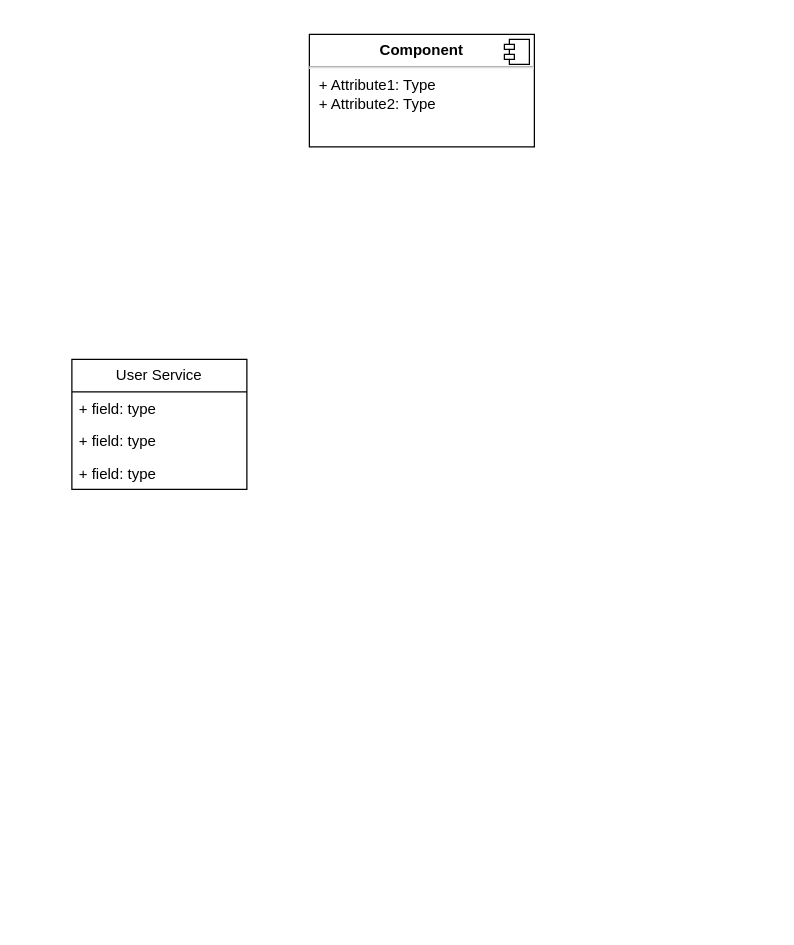
Before: Trading.drawio in PiperZzz/JavaSpringBoot, a draw.io diagram. Source tidied: cells renumbered, new cells numbered last; positions are measured from the earlier drawing's top-left corner, leaving out a move shared by most shapes. Both pictures are drawn from the tidied source at 125%, with x=0, y=0 at pixel (71, 34).
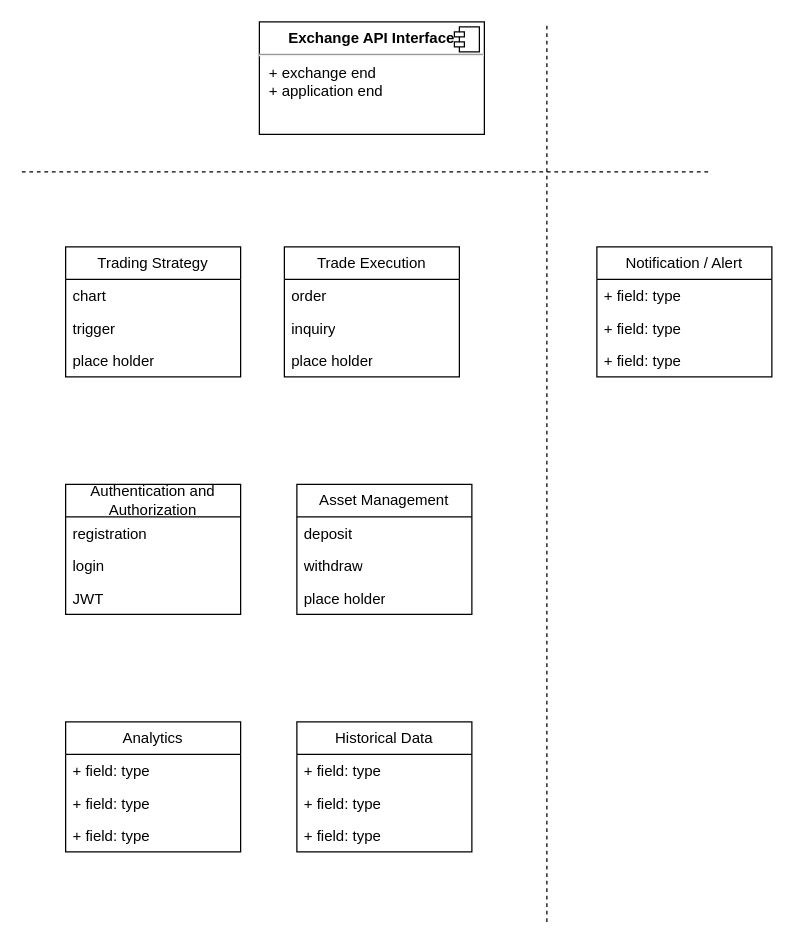
After the change.

Change to the diagram source:
```diff
@@
-    <mxCell id="2" value="User Service" style="swimlane;fontStyle=0;horizontal=1;startSize=26;fillColor=none;whiteSpace=wrap;html=1;" parent="1" vertex="1">
-      <mxGeometry y="260" width="140" height="104" as="geometry" />
+    <mxCell id="2" value="Trading Strategy" style="swimlane;fontStyle=0;horizontal=1;startSize=26;fillColor=none;whiteSpace=wrap;html=1;" parent="1" vertex="1">
+      <mxGeometry x="-5" y="170" width="140" height="104" as="geometry" />
     </mxCell>
-    <mxCell id="3" value="+ field: type" style="text;strokeColor=none;fillColor=none;align=left;verticalAlign=top;spacingLeft=4;spacingRight=4;overflow=hidden;whiteSpace=wrap;html=1;" parent="2" vertex="1">
+    <mxCell id="3" value="chart" style="text;strokeColor=none;fillColor=none;align=left;verticalAlign=top;spacingLeft=4;spacingRight=4;overflow=hidden;whiteSpace=wrap;html=1;" parent="2" vertex="1">
       <mxGeometry y="26" width="140" height="26" as="geometry" />
     </mxCell>
-    <mxCell id="4" value="+ field: type" style="text;strokeColor=none;fillColor=none;align=left;verticalAlign=top;spacingLeft=4;spacingRight=4;overflow=hidden;whiteSpace=wrap;html=1;" parent="2" vertex="1">
+    <mxCell id="4" value="trigger" style="text;strokeColor=none;fillColor=none;align=left;verticalAlign=top;spacingLeft=4;spacingRight=4;overflow=hidden;whiteSpace=wrap;html=1;" parent="2" vertex="1">
       <mxGeometry y="52" width="140" height="26" as="geometry" />
     </mxCell>
-    <mxCell id="5" value="+ field: type" style="text;strokeColor=none;fillColor=none;align=left;verticalAlign=top;spacingLeft=4;spacingRight=4;overflow=hidden;whiteSpace=wrap;html=1;" parent="2" vertex="1">
+    <mxCell id="5" value="place holder" style="text;strokeColor=none;fillColor=none;align=left;verticalAlign=top;spacingLeft=4;spacingRight=4;overflow=hidden;whiteSpace=wrap;html=1;" parent="2" vertex="1">
       <mxGeometry y="78" width="140" height="26" as="geometry" />
     </mxCell>
-    <mxCell id="6" value="&lt;p style=&quot;margin:0px;margin-top:6px;text-align:center;&quot;&gt;&lt;b&gt;Component&lt;/b&gt;&lt;/p&gt;&lt;hr/&gt;&lt;p style=&quot;margin:0px;margin-left:8px;&quot;&gt;+ Attribute1: Type&lt;br/&gt;+ Attribute2: Type&lt;/p&gt;" style="align=left;overflow=fill;html=1;whiteSpace=wrap;" parent="1" vertex="1">
-      <mxGeometry x="190" width="180" height="90" as="geometry" />
+    <mxCell id="6" value="&lt;p style=&quot;margin:0px;margin-top:6px;text-align:center;&quot;&gt;&lt;b&gt;Exchange API Interface&lt;/b&gt;&lt;/p&gt;&lt;hr&gt;&lt;p style=&quot;margin:0px;margin-left:8px;&quot;&gt;+ exchange end&lt;br&gt;+ application end&lt;/p&gt;" style="align=left;overflow=fill;html=1;whiteSpace=wrap;" parent="1" vertex="1">
+      <mxGeometry x="150" y="-10" width="180" height="90" as="geometry" />
     </mxCell>
@@
+    <mxCell id="8" value="Asset Management" style="swimlane;fontStyle=0;horizontal=1;startSize=26;fillColor=none;whiteSpace=wrap;html=1;" parent="1" vertex="1">
+      <mxGeometry x="180" y="360" width="140" height="104" as="geometry" />
+    </mxCell>
+    <mxCell id="9" value="deposit" style="text;strokeColor=none;fillColor=none;align=left;verticalAlign=top;spacingLeft=4;spacingRight=4;overflow=hidden;whiteSpace=wrap;html=1;" parent="8" vertex="1">
+      <mxGeometry y="26" width="140" height="26" as="geometry" />
+    </mxCell>
+    <mxCell id="10" value="withdraw" style="text;strokeColor=none;fillColor=none;align=left;verticalAlign=top;spacingLeft=4;spacingRight=4;overflow=hidden;whiteSpace=wrap;html=1;" parent="8" vertex="1">
+      <mxGeometry y="52" width="140" height="26" as="geometry" />
+    </mxCell>
+    <mxCell id="11" value="place holder" style="text;strokeColor=none;fillColor=none;align=left;verticalAlign=top;spacingLeft=4;spacingRight=4;overflow=hidden;whiteSpace=wrap;html=1;" parent="8" vertex="1">
+      <mxGeometry y="78" width="140" height="26" as="geometry" />
+    </mxCell>
+    <mxCell id="12" value="Authentication and Authorization " style="swimlane;fontStyle=0;horizontal=1;startSize=26;fillColor=none;whiteSpace=wrap;html=1;" parent="1" vertex="1">
+      <mxGeometry x="-5" y="360" width="140" height="104" as="geometry" />
+    </mxCell>
+    <mxCell id="13" value="registration" style="text;strokeColor=none;fillColor=none;align=left;verticalAlign=top;spacingLeft=4;spacingRight=4;overflow=hidden;whiteSpace=wrap;html=1;" parent="12" vertex="1">
+      <mxGeometry y="26" width="140" height="26" as="geometry" />
+    </mxCell>
+    <mxCell id="14" value="login" style="text;strokeColor=none;fillColor=none;align=left;verticalAlign=top;spacingLeft=4;spacingRight=4;overflow=hidden;whiteSpace=wrap;html=1;" parent="12" vertex="1">
+      <mxGeometry y="52" width="140" height="26" as="geometry" />
+    </mxCell>
+    <mxCell id="15" value="JWT" style="text;strokeColor=none;fillColor=none;align=left;verticalAlign=top;spacingLeft=4;spacingRight=4;overflow=hidden;whiteSpace=wrap;html=1;" parent="12" vertex="1">
+      <mxGeometry y="78" width="140" height="26" as="geometry" />
+    </mxCell>
+    <mxCell id="16" value="Trade Execution" style="swimlane;fontStyle=0;horizontal=1;startSize=26;fillColor=none;whiteSpace=wrap;html=1;" parent="1" vertex="1">
+      <mxGeometry x="170" y="170" width="140" height="104" as="geometry" />
+    </mxCell>
+    <mxCell id="17" value="order" style="text;strokeColor=none;fillColor=none;align=left;verticalAlign=top;spacingLeft=4;spacingRight=4;overflow=hidden;points=[[0,0.5],[1,0.5]];portConstraint=eastwest;whiteSpace=wrap;html=1;" parent="16" vertex="1">
+      <mxGeometry y="26" width="140" height="26" as="geometry" />
+    </mxCell>
+    <mxCell id="18" value="inquiry" style="text;strokeColor=none;fillColor=none;align=left;verticalAlign=top;spacingLeft=4;spacingRight=4;overflow=hidden;whiteSpace=wrap;html=1;" parent="16" vertex="1">
+      <mxGeometry y="52" width="140" height="26" as="geometry" />
+    </mxCell>
+    <mxCell id="19" style="edgeStyle=orthogonalEdgeStyle;rounded=0;orthogonalLoop=1;jettySize=auto;html=1;exitX=1;exitY=0.5;exitDx=0;exitDy=0;" parent="16" edge="1" source="17" target="17">
+      <mxGeometry relative="1" as="geometry" />
+    </mxCell>
+    <mxCell id="20" value="place holder" style="text;strokeColor=none;fillColor=none;align=left;verticalAlign=top;spacingLeft=4;spacingRight=4;overflow=hidden;whiteSpace=wrap;html=1;" parent="16" vertex="1">
+      <mxGeometry y="78" width="140" height="26" as="geometry" />
+    </mxCell>
+    <mxCell id="21" value="Historical Data" style="swimlane;fontStyle=0;horizontal=1;startSize=26;fillColor=none;whiteSpace=wrap;html=1;" parent="1" vertex="1">
+      <mxGeometry x="180" y="550" width="140" height="104" as="geometry" />
+    </mxCell>
+    <mxCell id="22" value="+ field: type" style="text;strokeColor=none;fillColor=none;align=left;verticalAlign=top;spacingLeft=4;spacingRight=4;overflow=hidden;whiteSpace=wrap;html=1;" parent="21" vertex="1">
+      <mxGeometry y="26" width="140" height="26" as="geometry" />
+    </mxCell>
+    <mxCell id="23" value="+ field: type" style="text;strokeColor=none;fillColor=none;align=left;verticalAlign=top;spacingLeft=4;spacingRight=4;overflow=hidden;whiteSpace=wrap;html=1;" parent="21" vertex="1">
+      <mxGeometry y="52" width="140" height="26" as="geometry" />
+    </mxCell>
+    <mxCell id="24" value="+ field: type" style="text;strokeColor=none;fillColor=none;align=left;verticalAlign=top;spacingLeft=4;spacingRight=4;overflow=hidden;whiteSpace=wrap;html=1;" parent="21" vertex="1">
+      <mxGeometry y="78" width="140" height="26" as="geometry" />
+    </mxCell>
+    <mxCell id="25" value="Analytics" style="swimlane;fontStyle=0;horizontal=1;startSize=26;fillColor=none;whiteSpace=wrap;html=1;" parent="1" vertex="1">
+      <mxGeometry x="-5" y="550" width="140" height="104" as="geometry" />
+    </mxCell>
+    <mxCell id="26" value="+ field: type" style="text;strokeColor=none;fillColor=none;align=left;verticalAlign=top;spacingLeft=4;spacingRight=4;overflow=hidden;whiteSpace=wrap;html=1;" parent="25" vertex="1">
+      <mxGeometry y="26" width="140" height="26" as="geometry" />
+    </mxCell>
+    <mxCell id="27" value="+ field: type" style="text;strokeColor=none;fillColor=none;align=left;verticalAlign=top;spacingLeft=4;spacingRight=4;overflow=hidden;whiteSpace=wrap;html=1;" parent="25" vertex="1">
+      <mxGeometry y="52" width="140" height="26" as="geometry" />
+    </mxCell>
+    <mxCell id="28" value="+ field: type" style="text;strokeColor=none;fillColor=none;align=left;verticalAlign=top;spacingLeft=4;spacingRight=4;overflow=hidden;whiteSpace=wrap;html=1;" parent="25" vertex="1">
+      <mxGeometry y="78" width="140" height="26" as="geometry" />
+    </mxCell>
+    <mxCell id="29" value="Notification / Alert" style="swimlane;fontStyle=0;horizontal=1;startSize=26;fillColor=none;whiteSpace=wrap;html=1;" parent="1" vertex="1">
+      <mxGeometry x="420" y="170" width="140" height="104" as="geometry" />
+    </mxCell>
+    <mxCell id="30" value="+ field: type" style="text;strokeColor=none;fillColor=none;align=left;verticalAlign=top;spacingLeft=4;spacingRight=4;overflow=hidden;whiteSpace=wrap;html=1;" parent="29" vertex="1">
+      <mxGeometry y="26" width="140" height="26" as="geometry" />
+    </mxCell>
+    <mxCell id="31" value="+ field: type" style="text;strokeColor=none;fillColor=none;align=left;verticalAlign=top;spacingLeft=4;spacingRight=4;overflow=hidden;whiteSpace=wrap;html=1;" parent="29" vertex="1">
+      <mxGeometry y="52" width="140" height="26" as="geometry" />
+    </mxCell>
+    <mxCell id="32" value="+ field: type" style="text;strokeColor=none;fillColor=none;align=left;verticalAlign=top;spacingLeft=4;spacingRight=4;overflow=hidden;whiteSpace=wrap;html=1;" parent="29" vertex="1">
+      <mxGeometry y="78" width="140" height="26" as="geometry" />
+    </mxCell>
+    <mxCell id="33" style="endArrow=none;dashed=1;html=1;rounded=0;" parent="1" edge="1">
+      <mxGeometry relative="1" as="geometry">
+        <mxPoint x="380" y="710" as="sourcePoint" />
+        <mxPoint x="380" y="-10" as="targetPoint" />
+      </mxGeometry>
+    </mxCell>
+    <mxCell id="34" style="endArrow=none;dashed=1;html=1;rounded=0;" parent="1" edge="1">
+      <mxGeometry relative="1" as="geometry">
+        <mxPoint x="-40" y="110" as="sourcePoint" />
+        <mxPoint x="510" y="110" as="targetPoint" />
+      </mxGeometry>
+    </mxCell>
```
